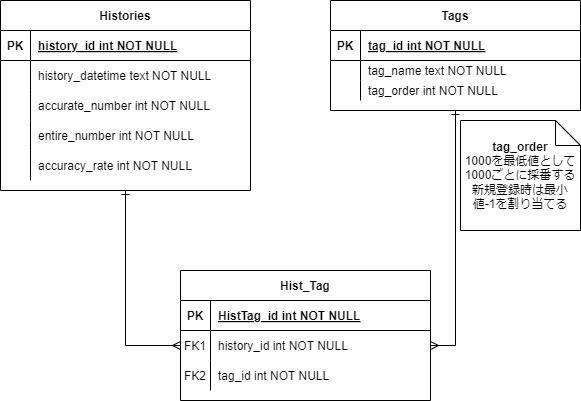
Lis-ReKid/CorrectRateLog keeps this draw.io diagram as documents/テーブル設計.drawio.png. Above is the earlier version. Source tidied: cells renumbered, new cells last; positions are measured from the earlier drawing's top-left corner, leaving out a move shared by most shapes.
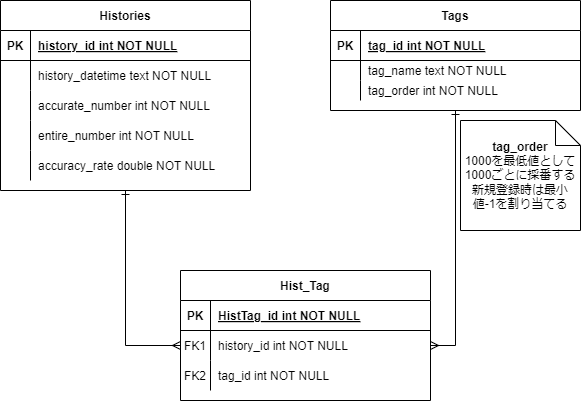
After the change.

What changed in the source:
```diff
@@ -110,7 +110,7 @@
     <mxCell id="37" style="shape=partialRectangle;overflow=hidden;fillColor=none;top=0;left=0;bottom=0;right=0;" parent="36" vertex="1">
       <mxGeometry width="30" height="30" as="geometry" />
     </mxCell>
-    <mxCell id="38" value="accuracy_rate int NOT NULL" style="shape=partialRectangle;overflow=hidden;fillColor=none;top=0;left=0;bottom=0;right=0;align=left;spacingLeft=6;" parent="36" vertex="1">
+    <mxCell id="38" value="accuracy_rate double NOT NULL" style="shape=partialRectangle;overflow=hidden;fillColor=none;top=0;left=0;bottom=0;right=0;align=left;spacingLeft=6;" parent="36" vertex="1">
       <mxGeometry x="30" width="220" height="30" as="geometry" />
     </mxCell>
     <mxCell id="39" style="edgeStyle=orthogonalEdgeStyle;rounded=0;jettySize=auto;html=1;entryX=0.5;entryY=1;entryDx=0;entryDy=0;endArrow=ERone;endFill=0;startArrow=ERmany;startFill=0;" parent="1" edge="1" source="16" target="2">
```
